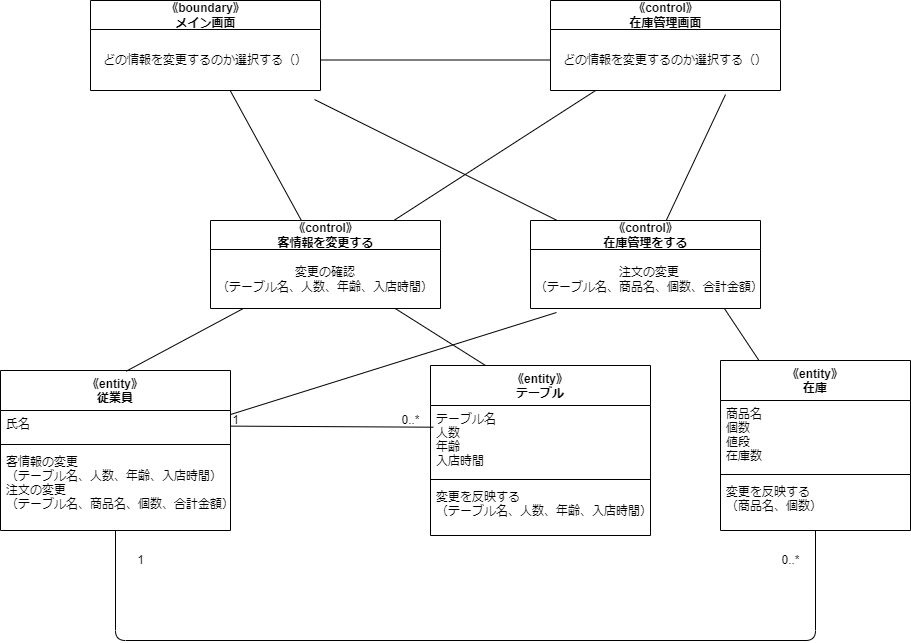
Before: psp4/設計モデルのクラス/設計モデルクラス図_情報変更.drawio.png, a diagram exported from draw.io (MasakiHiguchi/---). Source tidied: cells renumbered, new cells last; positions are measured from the earlier drawing's top-left corner, leaving out a move shared by most shapes. Its diagram source:
```xml
<mxGraphModel>
  <root>
    <mxCell id="0" />
    <mxCell id="1" parent="0" />
    <mxCell id="2" style="edgeStyle=none;html=1;entryX=0.113;entryY=1.068;entryDx=0;entryDy=0;entryPerimeter=0;endArrow=none;endFill=0;" parent="1" edge="1" source="3" target="28">
      <mxGeometry relative="1" as="geometry" />
    </mxCell>
    <mxCell id="3" value="《entity》&#10;従業員" style="swimlane;fontStyle=1;align=center;verticalAlign=top;horizontal=1;startSize=40;" parent="1" vertex="1">
      <mxGeometry y="370" width="230" height="160" as="geometry" />
    </mxCell>
    <mxCell id="4" value="氏名" style="text;strokeColor=none;fillColor=none;align=left;verticalAlign=top;spacingLeft=4;spacingRight=4;overflow=hidden;points=[[0,0.5],[1,0.5]];portConstraint=eastwest;" parent="3" vertex="1">
      <mxGeometry y="40" width="230" height="30" as="geometry" />
    </mxCell>
    <mxCell id="5" style="line;strokeWidth=1;fillColor=none;align=left;verticalAlign=middle;spacingTop=-1;spacingLeft=3;spacingRight=3;labelPosition=right;strokeColor=inherit;" parent="3" vertex="1">
      <mxGeometry y="70" width="230" height="8" as="geometry" />
    </mxCell>
    <mxCell id="6" value="客情報の変更&#10;（テーブル名、人数、年齢、入店時間）&#10;注文の変更&#10;（テーブル名、商品名、個数、合計金額）" style="text;strokeColor=none;fillColor=none;align=left;verticalAlign=top;spacingLeft=4;spacingRight=4;overflow=hidden;" parent="3" vertex="1">
      <mxGeometry y="78" width="230" height="82" as="geometry" />
    </mxCell>
    <mxCell id="7" value="《entity》&#10;テーブル" style="swimlane;fontStyle=1;align=center;verticalAlign=top;horizontal=1;startSize=40;" parent="1" vertex="1">
      <mxGeometry x="430" y="365" width="220" height="170" as="geometry" />
    </mxCell>
    <mxCell id="8" value="テーブル名&#10;人数&#10;年齢&#10;入店時間" style="text;strokeColor=none;fillColor=none;align=left;verticalAlign=top;spacingLeft=4;spacingRight=4;overflow=hidden;points=[[0,0.5],[1,0.5]];portConstraint=eastwest;" parent="7" vertex="1">
      <mxGeometry y="40" width="220" height="70" as="geometry" />
    </mxCell>
    <mxCell id="9" style="line;strokeWidth=1;fillColor=none;align=left;verticalAlign=middle;spacingTop=-1;spacingLeft=3;spacingRight=3;labelPosition=right;strokeColor=inherit;" parent="7" vertex="1">
      <mxGeometry y="110" width="220" height="8" as="geometry" />
    </mxCell>
    <mxCell id="10" value="変更を反映する&#10;（テーブル名、人数、年齢、入店時間）、" style="text;strokeColor=none;fillColor=none;align=left;verticalAlign=top;spacingLeft=4;spacingRight=4;overflow=hidden;" parent="7" vertex="1">
      <mxGeometry y="118" width="220" height="52" as="geometry" />
    </mxCell>
    <mxCell id="11" style="edgeStyle=none;html=1;entryX=0.013;entryY=0.31;entryDx=0;entryDy=0;entryPerimeter=0;endArrow=none;endFill=0;" parent="1" edge="1" source="4" target="8">
      <mxGeometry relative="1" as="geometry" />
    </mxCell>
    <mxCell id="12" value="1" style="text;html=1;align=center;verticalAlign=middle;strokeColor=none;fillColor=none;" parent="1" vertex="1">
      <mxGeometry x="220" y="405" width="30" height="30" as="geometry" />
    </mxCell>
    <mxCell id="13" value="0..*" style="text;html=1;align=center;verticalAlign=middle;strokeColor=none;fillColor=none;" parent="1" vertex="1">
      <mxGeometry x="390" y="405" width="40" height="30" as="geometry" />
    </mxCell>
    <mxCell id="14" style="edgeStyle=none;html=1;entryX=0.547;entryY=0.004;entryDx=0;entryDy=0;entryPerimeter=0;endArrow=none;endFill=0;" parent="1" edge="1" source="16" target="3">
      <mxGeometry relative="1" as="geometry" />
    </mxCell>
    <mxCell id="15" style="edgeStyle=none;html=1;entryX=0.25;entryY=0;entryDx=0;entryDy=0;endArrow=none;endFill=0;" parent="1" edge="1" source="16" target="7">
      <mxGeometry relative="1" as="geometry" />
    </mxCell>
    <mxCell id="16" value="《control》&lt;br&gt;客情報を変更する" style="swimlane;fontStyle=1;align=center;verticalAlign=middle;horizontal=1;startSize=29;html=1;" parent="1" vertex="1">
      <mxGeometry x="210" y="220" width="230" height="88" as="geometry" />
    </mxCell>
    <mxCell id="17" value="変更の確認&lt;br&gt;（テーブル名、人数、年齢、入店時間）" style="text;html=1;strokeColor=none;fillColor=none;align=center;verticalAlign=middle;spacingLeft=4;spacingRight=4;overflow=hidden;" parent="16" vertex="1">
      <mxGeometry y="29" width="230" height="59" as="geometry" />
    </mxCell>
    <mxCell id="18" style="edgeStyle=none;html=1;endArrow=none;endFill=0;" parent="1" edge="1" source="19" target="16">
      <mxGeometry relative="1" as="geometry" />
    </mxCell>
    <mxCell id="19" value="《boundary》&lt;br&gt;メイン画面" style="swimlane;fontStyle=1;align=center;verticalAlign=middle;horizontal=1;startSize=29;html=1;" parent="1" vertex="1">
      <mxGeometry x="90" width="230" height="90" as="geometry" />
    </mxCell>
    <mxCell id="20" value="どの情報を変更するのか選択する（）" style="text;html=1;strokeColor=none;fillColor=none;align=center;verticalAlign=middle;spacingLeft=4;spacingRight=4;overflow=hidden;points=[[0,0.5],[1,0.5]];portConstraint=eastwest;" parent="19" vertex="1">
      <mxGeometry y="29" width="230" height="61" as="geometry" />
    </mxCell>
    <mxCell id="21" style="edgeStyle=none;html=1;endArrow=none;endFill=0;" parent="1" edge="1" source="22" target="16">
      <mxGeometry relative="1" as="geometry" />
    </mxCell>
    <mxCell id="22" value="《control》&lt;br&gt;在庫管理画面" style="swimlane;fontStyle=1;align=center;verticalAlign=middle;horizontal=1;startSize=29;html=1;" parent="1" vertex="1">
      <mxGeometry x="550" width="230" height="90" as="geometry" />
    </mxCell>
    <mxCell id="23" value="どの情報を変更するのか選択する（）" style="text;html=1;strokeColor=none;fillColor=none;align=center;verticalAlign=middle;spacingLeft=4;spacingRight=4;overflow=hidden;points=[[0,0.5],[1,0.5]];portConstraint=eastwest;" parent="22" vertex="1">
      <mxGeometry y="29" width="230" height="61" as="geometry" />
    </mxCell>
    <mxCell id="24" style="edgeStyle=none;html=1;entryX=0;entryY=0.5;entryDx=0;entryDy=0;endArrow=none;endFill=0;" parent="1" edge="1" source="20" target="23">
      <mxGeometry relative="1" as="geometry" />
    </mxCell>
    <mxCell id="25" style="edgeStyle=none;html=1;entryX=0.974;entryY=1.148;entryDx=0;entryDy=0;entryPerimeter=0;endArrow=none;endFill=0;" parent="1" edge="1" source="27" target="20">
      <mxGeometry relative="1" as="geometry" />
    </mxCell>
    <mxCell id="26" style="edgeStyle=none;html=1;entryX=0.761;entryY=1.066;entryDx=0;entryDy=0;entryPerimeter=0;endArrow=none;endFill=0;" parent="1" edge="1" source="27" target="23">
      <mxGeometry relative="1" as="geometry" />
    </mxCell>
    <mxCell id="27" value="《control》&lt;br&gt;在庫管理をする" style="swimlane;fontStyle=1;align=center;verticalAlign=middle;horizontal=1;startSize=29;html=1;" parent="1" vertex="1">
      <mxGeometry x="530" y="220" width="230" height="88" as="geometry" />
    </mxCell>
    <mxCell id="28" value="注文の変更&lt;br&gt;（テーブル名、商品名、個数、合計金額）" style="text;html=1;strokeColor=none;fillColor=none;align=center;verticalAlign=middle;spacingLeft=4;spacingRight=4;overflow=hidden;points=[[0,0.5],[1,0.5]];portConstraint=eastwest;" parent="27" vertex="1">
      <mxGeometry y="29" width="230" height="59" as="geometry" />
    </mxCell>
    <mxCell id="29" style="edgeStyle=none;html=1;endArrow=none;endFill=0;" parent="1" edge="1" source="31" target="3">
      <mxGeometry relative="1" as="geometry">
        <Array as="points">
          <mxPoint x="815" y="640" />
          <mxPoint x="115" y="640" />
        </Array>
      </mxGeometry>
    </mxCell>
    <mxCell id="30" style="edgeStyle=none;html=1;entryX=0.843;entryY=1;entryDx=0;entryDy=0;entryPerimeter=0;endArrow=none;endFill=0;" parent="1" edge="1" source="31" target="28">
      <mxGeometry relative="1" as="geometry" />
    </mxCell>
    <mxCell id="31" value="《entity》&#10;在庫" style="swimlane;fontStyle=1;align=center;verticalAlign=top;horizontal=1;startSize=40;" parent="1" vertex="1">
      <mxGeometry x="720" y="360" width="190" height="170" as="geometry" />
    </mxCell>
    <mxCell id="32" value="商品名&#10;個数&#10;値段&#10;在庫数" style="text;strokeColor=none;fillColor=none;align=left;verticalAlign=top;spacingLeft=4;spacingRight=4;overflow=hidden;" parent="31" vertex="1">
      <mxGeometry y="40" width="190" height="70" as="geometry" />
    </mxCell>
    <mxCell id="33" style="line;strokeWidth=1;fillColor=none;align=left;verticalAlign=middle;spacingTop=-1;spacingLeft=3;spacingRight=3;labelPosition=right;strokeColor=inherit;" parent="31" vertex="1">
      <mxGeometry y="110" width="190" height="8" as="geometry" />
    </mxCell>
    <mxCell id="34" value="変更を反映する&#10;（商品名、個数）" style="text;strokeColor=none;fillColor=none;align=left;verticalAlign=top;spacingLeft=4;spacingRight=4;overflow=hidden;" parent="31" vertex="1">
      <mxGeometry y="118" width="190" height="52" as="geometry" />
    </mxCell>
    <mxCell id="35" value="1" style="text;html=1;align=center;verticalAlign=middle;strokeColor=none;fillColor=none;" parent="1" vertex="1">
      <mxGeometry x="125" y="545" width="30" height="30" as="geometry" />
    </mxCell>
    <mxCell id="36" value="0..*" style="text;html=1;align=center;verticalAlign=middle;strokeColor=none;fillColor=none;" parent="1" vertex="1">
      <mxGeometry x="770" y="545" width="40" height="30" as="geometry" />
    </mxCell>
  </root>
</mxGraphModel>
```
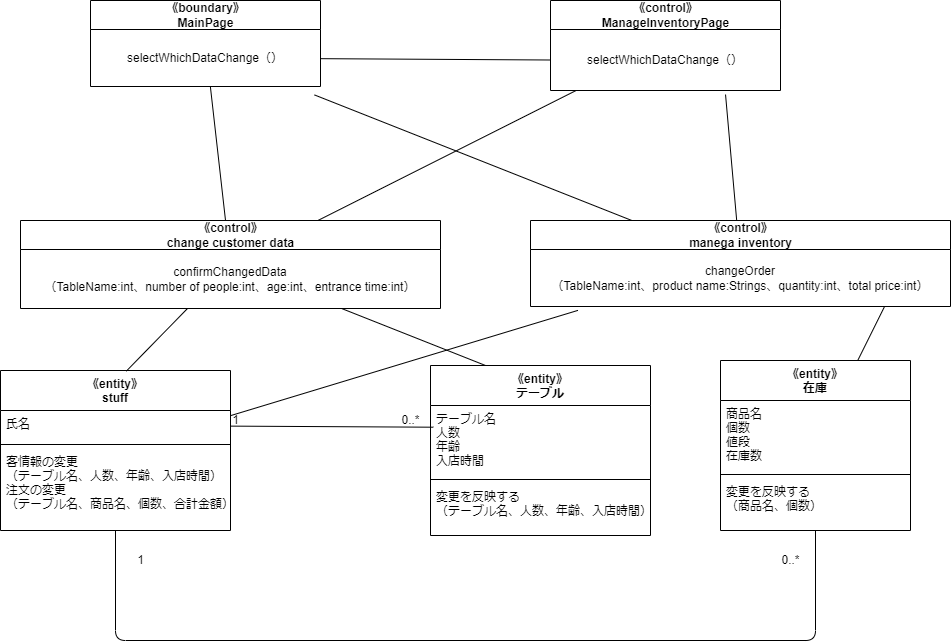
Later version of the same file.

Diff of the diagram source:
```diff
@@ -5,7 +5,7 @@
     <mxCell id="2" style="edgeStyle=none;html=1;entryX=0.113;entryY=1.068;entryDx=0;entryDy=0;entryPerimeter=0;endArrow=none;endFill=0;" parent="1" edge="1" source="3" target="28">
       <mxGeometry relative="1" as="geometry" />
     </mxCell>
-    <mxCell id="3" value="《entity》&#10;従業員" style="swimlane;fontStyle=1;align=center;verticalAlign=top;horizontal=1;startSize=40;" parent="1" vertex="1">
+    <mxCell id="3" value="《entity》&#10;stuff" style="swimlane;fontStyle=1;align=center;verticalAlign=top;horizontal=1;startSize=40;" parent="1" vertex="1">
       <mxGeometry y="370" width="230" height="160" as="geometry" />
     </mxCell>
     <mxCell id="4" value="氏名" style="text;strokeColor=none;fillColor=none;align=left;verticalAlign=top;spacingLeft=4;spacingRight=4;overflow=hidden;points=[[0,0.5],[1,0.5]];portConstraint=eastwest;" parent="3" vertex="1">
@@ -44,28 +44,28 @@
     <mxCell id="15" style="edgeStyle=none;html=1;entryX=0.25;entryY=0;entryDx=0;entryDy=0;endArrow=none;endFill=0;" parent="1" edge="1" source="16" target="7">
       <mxGeometry relative="1" as="geometry" />
     </mxCell>
-    <mxCell id="16" value="《control》&lt;br&gt;客情報を変更する" style="swimlane;fontStyle=1;align=center;verticalAlign=middle;horizontal=1;startSize=29;html=1;" parent="1" vertex="1">
-      <mxGeometry x="210" y="220" width="230" height="88" as="geometry" />
+    <mxCell id="16" value="《control》&lt;br&gt;change customer data" style="swimlane;fontStyle=1;align=center;verticalAlign=middle;horizontal=1;startSize=29;html=1;" parent="1" vertex="1">
+      <mxGeometry x="20" y="220" width="420" height="88" as="geometry" />
     </mxCell>
-    <mxCell id="17" value="変更の確認&lt;br&gt;（テーブル名、人数、年齢、入店時間）" style="text;html=1;strokeColor=none;fillColor=none;align=center;verticalAlign=middle;spacingLeft=4;spacingRight=4;overflow=hidden;" parent="16" vertex="1">
-      <mxGeometry y="29" width="230" height="59" as="geometry" />
+    <mxCell id="17" value="confirmChangedData&lt;br&gt;（TableName:int、number of people:int、age:int、entrance time:int）" style="text;html=1;strokeColor=none;fillColor=none;align=center;verticalAlign=middle;spacingLeft=4;spacingRight=4;overflow=hidden;" parent="16" vertex="1">
+      <mxGeometry y="29" width="420" height="59" as="geometry" />
     </mxCell>
     <mxCell id="18" style="edgeStyle=none;html=1;endArrow=none;endFill=0;" parent="1" edge="1" source="19" target="16">
       <mxGeometry relative="1" as="geometry" />
     </mxCell>
-    <mxCell id="19" value="《boundary》&lt;br&gt;メイン画面" style="swimlane;fontStyle=1;align=center;verticalAlign=middle;horizontal=1;startSize=29;html=1;" parent="1" vertex="1">
-      <mxGeometry x="90" width="230" height="90" as="geometry" />
+    <mxCell id="19" value="《boundary》&lt;br&gt;MainPage" style="swimlane;fontStyle=1;align=center;verticalAlign=middle;horizontal=1;startSize=29;html=1;" parent="1" vertex="1">
+      <mxGeometry x="90" width="230" height="86" as="geometry" />
     </mxCell>
-    <mxCell id="20" value="どの情報を変更するのか選択する（）" style="text;html=1;strokeColor=none;fillColor=none;align=center;verticalAlign=middle;spacingLeft=4;spacingRight=4;overflow=hidden;points=[[0,0.5],[1,0.5]];portConstraint=eastwest;" parent="19" vertex="1">
-      <mxGeometry y="29" width="230" height="61" as="geometry" />
+    <mxCell id="20" value="selectWhichDataChange（）" style="text;html=1;strokeColor=none;fillColor=none;align=center;verticalAlign=middle;spacingLeft=4;spacingRight=4;overflow=hidden;points=[[0,0.5],[1,0.5]];portConstraint=eastwest;" parent="19" vertex="1">
+      <mxGeometry y="29" width="230" height="57" as="geometry" />
     </mxCell>
     <mxCell id="21" style="edgeStyle=none;html=1;endArrow=none;endFill=0;" parent="1" edge="1" source="22" target="16">
       <mxGeometry relative="1" as="geometry" />
     </mxCell>
-    <mxCell id="22" value="《control》&lt;br&gt;在庫管理画面" style="swimlane;fontStyle=1;align=center;verticalAlign=middle;horizontal=1;startSize=29;html=1;" parent="1" vertex="1">
+    <mxCell id="22" value="《control》&lt;br&gt;ManageInventoryPage" style="swimlane;fontStyle=1;align=center;verticalAlign=middle;horizontal=1;startSize=29;html=1;" parent="1" vertex="1">
       <mxGeometry x="550" width="230" height="90" as="geometry" />
     </mxCell>
-    <mxCell id="23" value="どの情報を変更するのか選択する（）" style="text;html=1;strokeColor=none;fillColor=none;align=center;verticalAlign=middle;spacingLeft=4;spacingRight=4;overflow=hidden;points=[[0,0.5],[1,0.5]];portConstraint=eastwest;" parent="22" vertex="1">
+    <mxCell id="23" value="selectWhichDataChange（）" style="text;html=1;strokeColor=none;fillColor=none;align=center;verticalAlign=middle;spacingLeft=4;spacingRight=4;overflow=hidden;points=[[0,0.5],[1,0.5]];portConstraint=eastwest;" parent="22" vertex="1">
       <mxGeometry y="29" width="230" height="61" as="geometry" />
     </mxCell>
     <mxCell id="24" style="edgeStyle=none;html=1;entryX=0;entryY=0.5;entryDx=0;entryDy=0;endArrow=none;endFill=0;" parent="1" edge="1" source="20" target="23">
@@ -77,11 +77,11 @@
     <mxCell id="26" style="edgeStyle=none;html=1;entryX=0.761;entryY=1.066;entryDx=0;entryDy=0;entryPerimeter=0;endArrow=none;endFill=0;" parent="1" edge="1" source="27" target="23">
       <mxGeometry relative="1" as="geometry" />
     </mxCell>
-    <mxCell id="27" value="《control》&lt;br&gt;在庫管理をする" style="swimlane;fontStyle=1;align=center;verticalAlign=middle;horizontal=1;startSize=29;html=1;" parent="1" vertex="1">
-      <mxGeometry x="530" y="220" width="230" height="88" as="geometry" />
+    <mxCell id="27" value="《control》&lt;br&gt;manega inventory" style="swimlane;fontStyle=1;align=center;verticalAlign=middle;horizontal=1;startSize=29;html=1;" parent="1" vertex="1">
+      <mxGeometry x="530" y="220" width="420" height="86" as="geometry" />
     </mxCell>
-    <mxCell id="28" value="注文の変更&lt;br&gt;（テーブル名、商品名、個数、合計金額）" style="text;html=1;strokeColor=none;fillColor=none;align=center;verticalAlign=middle;spacingLeft=4;spacingRight=4;overflow=hidden;points=[[0,0.5],[1,0.5]];portConstraint=eastwest;" parent="27" vertex="1">
-      <mxGeometry y="29" width="230" height="59" as="geometry" />
+    <mxCell id="28" value="changeOrder&lt;br&gt;（TableName:int、product name:Strings、quantity:int、total price:int）" style="text;html=1;strokeColor=none;fillColor=none;align=center;verticalAlign=middle;spacingLeft=4;spacingRight=4;overflow=hidden;points=[[0,0.5],[1,0.5]];portConstraint=eastwest;" parent="27" vertex="1">
+      <mxGeometry y="29" width="420" height="57" as="geometry" />
     </mxCell>
     <mxCell id="29" style="edgeStyle=none;html=1;endArrow=none;endFill=0;" parent="1" edge="1" source="31" target="3">
       <mxGeometry relative="1" as="geometry">
```
